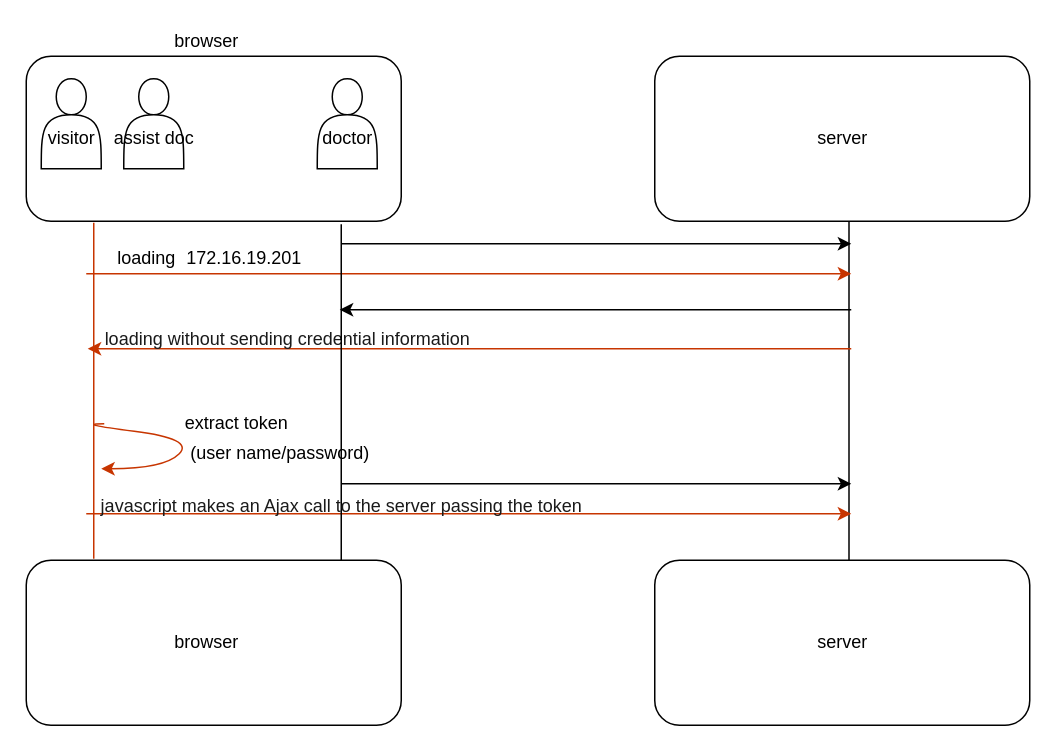
The draw.io diagram Untitled Diagram.drawio in yevayj/diagram, before the edit. Source tidied: cells renumbered, new cells numbered last; positions are measured from the earlier drawing's top-left corner, leaving out a move shared by most shapes. Both pictures are drawn from the tidied source at 150%, with x=0, y=0 at pixel (26, 26).
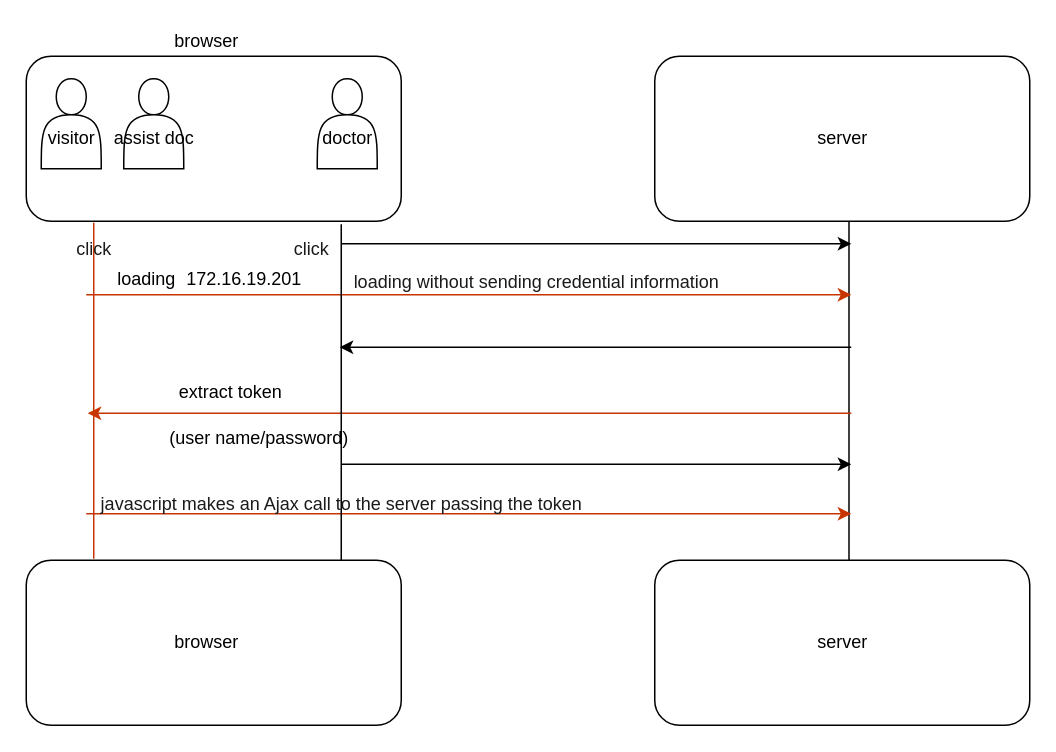
After the change.

Diff of the diagram source:
```diff
@@
     <mxCell id="16" style="endArrow=classic;html=1;fillColor=#fa6800;strokeColor=#C73500;" parent="1" edge="1">
       <mxGeometry relative="1" as="geometry">
-        <mxPoint x="40" y="165" as="sourcePoint" />
-        <mxPoint x="550" y="165" as="targetPoint" />
+        <mxPoint x="40" y="179" as="sourcePoint" />
+        <mxPoint x="550" y="179" as="targetPoint" />
       </mxGeometry>
     </mxCell>
     <mxCell id="17" value="loading" style="text;html=1;align=center;verticalAlign=middle;fillColor=none;strokeColor=none;rounded=0;" parent="1" vertex="1">
-      <mxGeometry x="55" y="145" width="50" height="20" as="geometry" />
+      <mxGeometry x="55" y="159" width="50" height="20" as="geometry" />
     </mxCell>
     <mxCell id="18" value="172.16.19.201" style="text;html=1;align=center;verticalAlign=middle;fillColor=none;strokeColor=none;rounded=0;" parent="1" vertex="1">
-      <mxGeometry x="100" y="145" width="90" height="20" as="geometry" />
+      <mxGeometry x="100" y="159" width="90" height="20" as="geometry" />
     </mxCell>
     <mxCell id="19" style="endArrow=classic;html=1;fillColor=#fa6800;strokeColor=#C73500;" parent="1" edge="1">
       <mxGeometry relative="1" as="geometry">
-        <mxPoint x="550" y="215" as="sourcePoint" />
-        <mxPoint x="41" y="215" as="targetPoint" />
+        <mxPoint x="550" y="258" as="sourcePoint" />
+        <mxPoint x="41" y="258" as="targetPoint" />
       </mxGeometry>
     </mxCell>
@@
-    <mxCell id="23" value="extract token" style="text;html=1;align=center;verticalAlign=middle;fillColor=none;strokeColor=none;rounded=0;" parent="1" vertex="1">
-      <mxGeometry x="100" y="255" width="80" height="20" as="geometry" />
-    </mxCell>
     <mxCell id="24" value="&lt;font&gt;loading without sending credential information&lt;/font&gt;" style="text;html=1;align=center;verticalAlign=middle;rounded=0;fontColor=#1A1A1A;" parent="1" vertex="1">
-      <mxGeometry x="44" y="199" width="260" height="20" as="geometry" />
+      <mxGeometry x="210" y="161" width="260" height="20" as="geometry" />
     </mxCell>
@@
     <mxCell id="26" style="endArrow=classic;html=1;" parent="1" edge="1">
       <mxGeometry relative="1" as="geometry">
-        <mxPoint x="550" y="189" as="sourcePoint" />
-        <mxPoint x="209" y="189" as="targetPoint" />
+        <mxPoint x="550" y="214" as="sourcePoint" />
+        <mxPoint x="209" y="214" as="targetPoint" />
       </mxGeometry>
     </mxCell>
@@
     <mxCell id="28" style="endArrow=classic;html=1;" parent="1" edge="1">
       <mxGeometry relative="1" as="geometry">
-        <mxPoint x="210" y="305" as="sourcePoint" />
-        <mxPoint x="550" y="305" as="targetPoint" />
+        <mxPoint x="210" y="292" as="sourcePoint" />
+        <mxPoint x="550" y="292" as="targetPoint" />
       </mxGeometry>
     </mxCell>
-    <mxCell id="29" style="curved=1;endArrow=classic;html=1;strokeColor=#C73500;fillColor=#fa6800;" parent="1" edge="1">
-      <mxGeometry relative="1" as="geometry">
-        <mxPoint x="52" y="265" as="sourcePoint" />
-        <mxPoint x="50" y="295" as="targetPoint" />
-        <Array as="points">
-          <mxPoint x="32" y="265" />
-          <mxPoint x="112" y="275" />
-          <mxPoint x="92" y="295" />
-        </Array>
-      </mxGeometry>
-    </mxCell>
     <mxCell id="30" value="(user name/password)" style="text;html=1;align=center;verticalAlign=middle;fillColor=none;strokeColor=none;rounded=0;" parent="1" vertex="1">
-      <mxGeometry x="104" y="275" width="130" height="20" as="geometry" />
+      <mxGeometry x="90" y="265" width="130" height="20" as="geometry" />
     </mxCell>
     <mxCell id="31" value="&lt;p style=&quot;margin-bottom: 0cm ; line-height: 1.15px ; background: transparent ; color: rgb(0 , 0 , 0) ; border: none ; padding: 0cm&quot;&gt;&lt;font&gt;&lt;span lang=&quot;en-US&quot;&gt;&lt;font color=&quot;#1a1a1a&quot;&gt;&lt;font style=&quot;font-size: 12px&quot;&gt;javascript makes an Ajax call to the server passing the token&lt;/font&gt;&lt;/font&gt;&lt;/span&gt;&lt;/font&gt;&lt;/p&gt;" style="text;html=1;align=center;verticalAlign=middle;fillColor=none;strokeColor=none;rounded=0;fontColor=#1A1A1A;" parent="1" vertex="1">
-      <mxGeometry x="40" y="305" width="340" height="20" as="geometry" />
+      <mxGeometry x="40" y="304" width="340" height="20" as="geometry" />
     </mxCell>
+    <mxCell id="32" value="click" style="text;html=1;align=center;verticalAlign=middle;fillColor=none;strokeColor=none;rounded=0;fontColor=#1A1A1A;" parent="1" vertex="1">
+      <mxGeometry x="25" y="139" width="40" height="20" as="geometry" />
+    </mxCell>
+    <mxCell id="33" value="click" style="text;html=1;align=center;verticalAlign=middle;fillColor=none;strokeColor=none;rounded=0;fontColor=#1A1A1A;" parent="1" vertex="1">
+      <mxGeometry x="170" y="139" width="40" height="20" as="geometry" />
+    </mxCell>
+    <mxCell id="23" value="extract token" style="text;html=1;align=center;verticalAlign=middle;fillColor=none;strokeColor=none;rounded=0;" parent="1" vertex="1">
+      <mxGeometry x="96" y="234" width="80" height="20" as="geometry" />
+    </mxCell>
```
